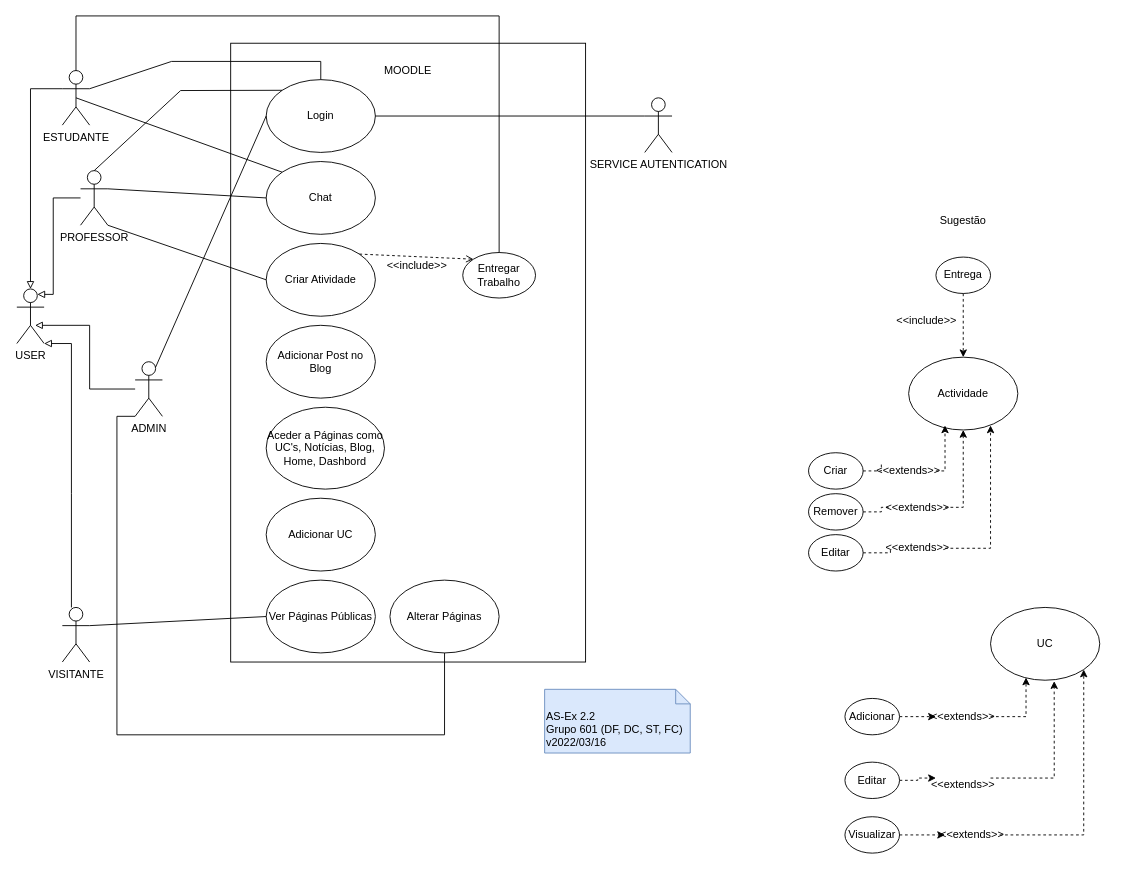
The draw.io diagram page "2.2" (3 of 3) of P/P2/P2.drawio in DavidAraujo98/AS, before the edit. Source tidied: cells renumbered, new cells numbered last; positions are measured from the earlier drawing's top-left corner, leaving out a move shared by most shapes. Both pictures are drawn from the tidied source at 91%, with x=0, y=0 at pixel (16, 15).
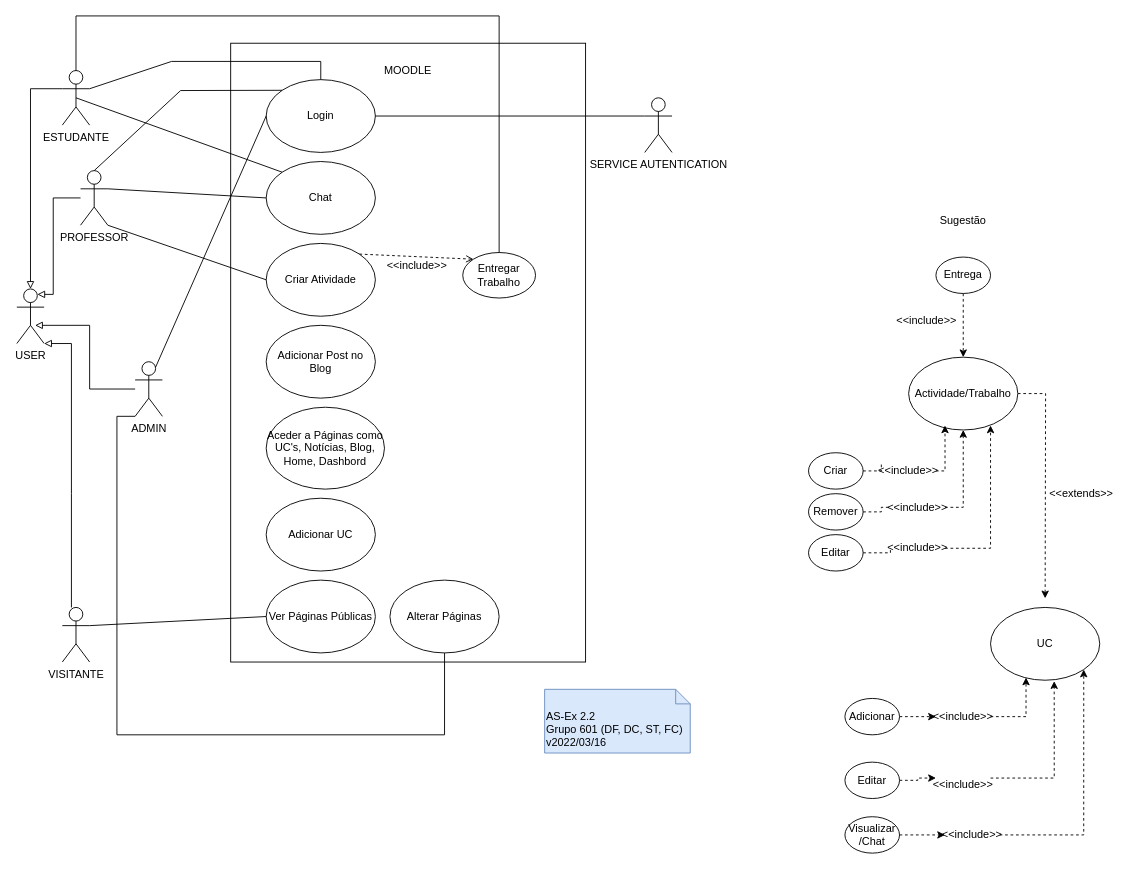
The same page after the edit.

The edit, as a diff of the source:
```diff
@@
+    <mxCell id="67" style="edgeStyle=orthogonalEdgeStyle;rounded=0;jettySize=auto;html=1;exitX=1;exitY=0.5;exitDx=0;exitDy=0;dashed=1;" parent="1" edge="1" source="38">
+      <mxGeometry relative="1" as="geometry">
+        <mxPoint x="1130" y="640" as="targetPoint" />
+      </mxGeometry>
+    </mxCell>
-    <mxCell id="38" value="Actividade" style="ellipse;whiteSpace=wrap;html=1;" parent="1" vertex="1">
+    <mxCell id="38" value="Actividade/Trabalho" style="ellipse;whiteSpace=wrap;html=1;" parent="1" vertex="1">
       <mxGeometry x="980" y="375" width="120" height="80" as="geometry" />
     </mxCell>
@@
-    <mxCell id="46" value="&lt;div&gt;&amp;lt;&amp;lt;extends&amp;gt;&amp;gt;&lt;/div&gt;" style="text;html=1;strokeColor=none;fillColor=none;align=center;verticalAlign=middle;whiteSpace=wrap;rounded=0;" parent="1" vertex="1">
+    <mxCell id="46" value="&lt;div&gt;&amp;lt;&amp;lt;include&amp;gt;&amp;gt;&lt;/div&gt;" style="text;html=1;strokeColor=none;fillColor=none;align=center;verticalAlign=middle;whiteSpace=wrap;rounded=0;" parent="1" vertex="1">
       <mxGeometry x="960" y="570" width="60" height="30" as="geometry" />
     </mxCell>
@@
-    <mxCell id="48" value="&lt;div&gt;&amp;lt;&amp;lt;extends&amp;gt;&amp;gt;&lt;/div&gt;" style="text;html=1;strokeColor=none;fillColor=none;align=center;verticalAlign=middle;whiteSpace=wrap;rounded=0;" parent="1" vertex="1">
+    <mxCell id="48" value="&lt;div&gt;&amp;lt;&amp;lt;include&amp;gt;&amp;gt;&lt;/div&gt;" style="text;html=1;strokeColor=none;fillColor=none;align=center;verticalAlign=middle;whiteSpace=wrap;rounded=0;" parent="1" vertex="1">
       <mxGeometry x="960" y="525" width="60" height="30" as="geometry" />
     </mxCell>
@@
-    <mxCell id="50" value="&lt;div&gt;&amp;lt;&amp;lt;extends&amp;gt;&amp;gt;&lt;/div&gt;" style="text;html=1;strokeColor=none;fillColor=none;align=center;verticalAlign=middle;whiteSpace=wrap;rounded=0;" parent="1" vertex="1">
+    <mxCell id="50" value="&lt;div&gt;&amp;lt;&amp;lt;include&amp;gt;&amp;gt;&lt;/div&gt;" style="text;html=1;strokeColor=none;fillColor=none;align=center;verticalAlign=middle;whiteSpace=wrap;rounded=0;" parent="1" vertex="1">
       <mxGeometry x="950" y="485" width="60" height="30" as="geometry" />
     </mxCell>
@@
-    <mxCell id="60" value="&lt;div&gt;&amp;lt;&amp;lt;extends&amp;gt;&amp;gt;&lt;/div&gt;" style="text;html=1;strokeColor=none;fillColor=none;align=center;verticalAlign=middle;whiteSpace=wrap;rounded=0;" parent="1" vertex="1">
+    <mxCell id="60" value="&lt;div&gt;&amp;lt;&amp;lt;include&amp;gt;&amp;gt;&lt;/div&gt;" style="text;html=1;strokeColor=none;fillColor=none;align=center;verticalAlign=middle;whiteSpace=wrap;rounded=0;" parent="1" vertex="1">
       <mxGeometry x="1010" y="830" width="60" height="30" as="geometry" />
     </mxCell>
@@
-    <mxCell id="62" value="&lt;div&gt;&amp;lt;&amp;lt;extends&amp;gt;&amp;gt;&lt;/div&gt;" style="text;html=1;strokeColor=none;fillColor=none;align=center;verticalAlign=middle;whiteSpace=wrap;rounded=0;" parent="1" vertex="1">
+    <mxCell id="62" value="&lt;div&gt;&amp;lt;&amp;lt;include&amp;gt;&amp;gt;&lt;/div&gt;" style="text;html=1;strokeColor=none;fillColor=none;align=center;verticalAlign=middle;whiteSpace=wrap;rounded=0;" parent="1" vertex="1">
       <mxGeometry x="1010" y="755" width="60" height="30" as="geometry" />
     </mxCell>
@@
-    <mxCell id="64" value="Visualizar" style="ellipse;whiteSpace=wrap;html=1;" parent="1" vertex="1">
+    <mxCell id="64" value="Visualizar&lt;br&gt;/Chat" style="ellipse;whiteSpace=wrap;html=1;" parent="1" vertex="1">
       <mxGeometry x="910" y="880" width="60" height="40" as="geometry" />
     </mxCell>
@@
-    <mxCell id="66" value="&lt;div&gt;&amp;lt;&amp;lt;extends&amp;gt;&amp;gt;&lt;/div&gt;" style="text;html=1;strokeColor=none;fillColor=none;align=center;verticalAlign=middle;whiteSpace=wrap;rounded=0;" parent="1" vertex="1">
+    <mxCell id="66" value="&lt;div&gt;&amp;lt;&amp;lt;include&amp;gt;&amp;gt;&lt;/div&gt;" style="text;html=1;strokeColor=none;fillColor=none;align=center;verticalAlign=middle;whiteSpace=wrap;rounded=0;" parent="1" vertex="1">
       <mxGeometry x="1020" y="885" width="60" height="30" as="geometry" />
     </mxCell>
+    <mxCell id="68" value="&lt;div&gt;&amp;lt;&amp;lt;extends&amp;gt;&amp;gt;&lt;/div&gt;" style="text;html=1;strokeColor=none;fillColor=none;align=center;verticalAlign=middle;whiteSpace=wrap;rounded=0;" parent="1" vertex="1">
+      <mxGeometry x="1140" y="510" width="60" height="30" as="geometry" />
+    </mxCell>
```
